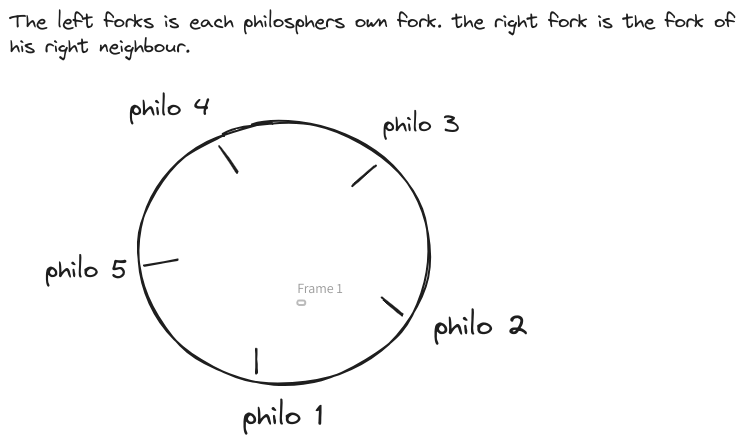
tgroeppmaier/philosophers keeps this Excalidraw diagram as image.excalidraw.png. Above is the earlier version. Source tidied: one line per element, renumbered; positions are measured from the earlier drawing's top-left corner, leaving out a move shared by most shapes.
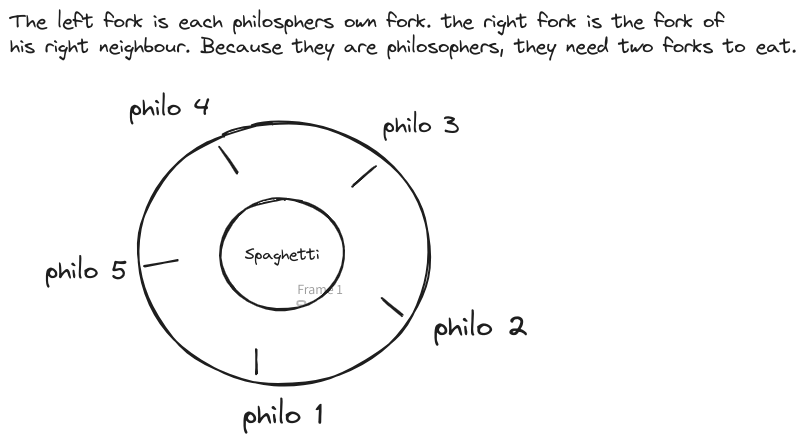
After the commit.

What changed in the source:
```diff
@@ -1,4 +1,4 @@
-{"id": 0, "type": "text", "text": "The left forks is each philosphers own fork. the right fork is the fork of\nhis right neighbour.", "strokeColor": "#1e1e1e", "strokeWidth": 2, "roughness": 1, "fontSize": 20, "fontFamily": 1, "x": 0, "y": 0, "width": 725, "height": 50}
+{"id": 0, "type": "text", "text": "The left fork is each philosphers own fork. the right fork is the fork of\nhis right neighbour. Because they are philosophers, they need two forks to eat.", "strokeColor": "#1e1e1e", "strokeWidth": 2, "roughness": 1, "fontSize": 20, "fontFamily": 1, "x": 0, "y": -1, "width": 787, "height": 50}
 {"id": 1, "type": "ellipse", "strokeColor": "#1e1e1e", "strokeWidth": 2, "roughness": 1, "round": true, "x": 128, "y": 112, "width": 292, "height": 262}
 {"id": 2, "type": "text", "text": "philo 1", "strokeColor": "#1e1e1e", "strokeWidth": 2, "roughness": 1, "fontSize": 28.87, "fontFamily": 1, "x": 233, "y": 389, "width": 81, "height": 36}
 {"id": 3, "type": "text", "text": "philo 2", "strokeColor": "#1e1e1e", "strokeWidth": 2, "roughness": 1, "fontSize": 29.12, "fontFamily": 1, "x": 424, "y": 299, "width": 94, "height": 36}
@@ -11,3 +11,5 @@
 {"id": 10, "type": "line", "strokeColor": "#1e1e1e", "strokeWidth": 2, "roughness": 1, "round": true, "x": 210, "y": 138, "width": 17, "height": 24, "points": [[0, 0], [17, 24]]}
 {"id": 11, "type": "line", "strokeColor": "#1e1e1e", "strokeWidth": 2, "roughness": 1, "round": true, "x": 135, "y": 256, "width": 33, "height": 6, "points": [[0, 0], [33, -6]]}
 {"id": 12, "type": "frame", "strokeColor": "#bbb", "strokeWidth": 2, "roughness": 0, "x": 287, "y": 290, "width": 8, "height": 5}
+{"id": 13, "type": "ellipse", "strokeColor": "#1e1e1e", "strokeWidth": 2, "roughness": 1, "round": true, "x": 210, "y": 189, "width": 124, "height": 111}
+{"id": 14, "type": "text", "text": "Spaghetti", "strokeColor": "#1e1e1e", "strokeWidth": 2, "roughness": 1, "fontSize": 16, "fontFamily": 1, "textAlign": "center", "verticalAlign": "middle", "inside": 13, "x": 235, "y": 234, "width": 75, "height": 20}
```
